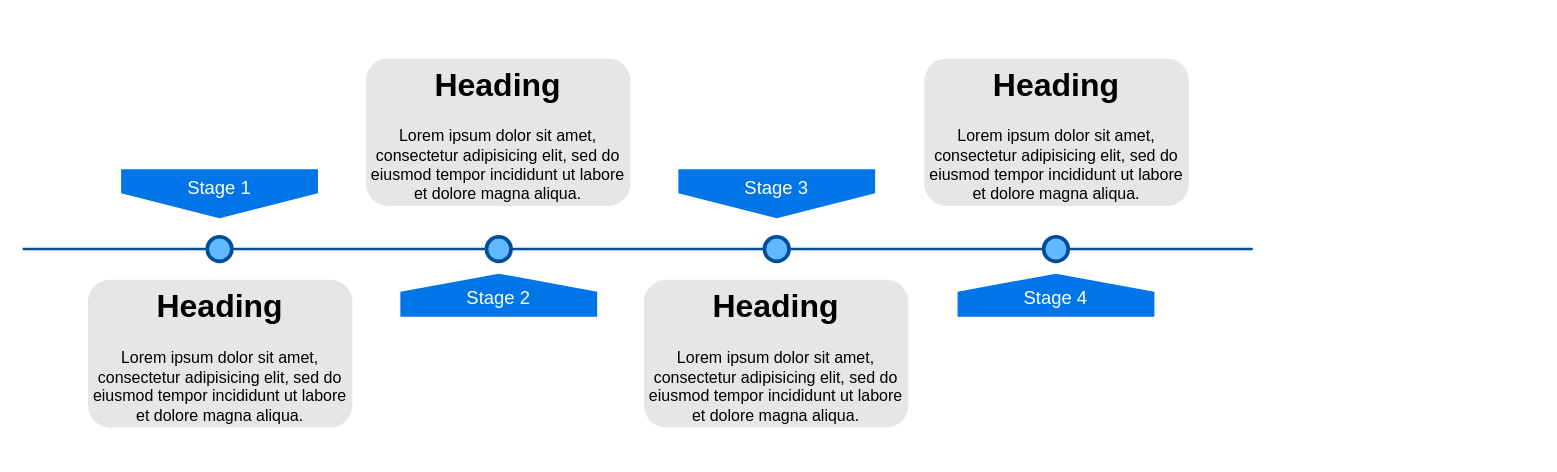
Before: Untitled Diagram.drawio in zjamy/temp, a draw.io diagram. Source tidied: cells renumbered, new cells numbered last; positions are measured from the earlier drawing's top-left corner, leaving out a move shared by most shapes. Both pictures are drawn from the tidied source at 123%, with x=0, y=0 at pixel (22, 58).
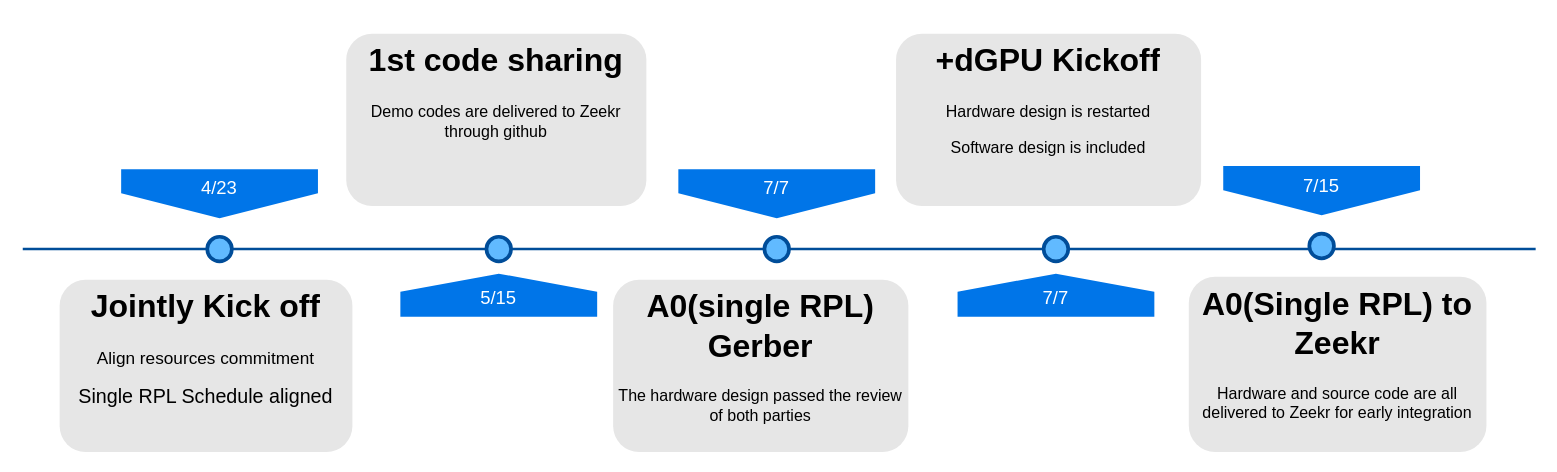
After the change.

What changed in the source:
```diff
@@
 <mxGraphModel>
   <root>
     <mxCell id="0" />
     <mxCell id="1" parent="0" />
     <mxCell id="2" style="line;strokeWidth=2;html=1;fillColor=none;fontSize=28;fontColor=#004D99;strokeColor=#004D99;" parent="1" vertex="1">
-      <mxGeometry y="150" width="1000" height="10" as="geometry" />
+      <mxGeometry y="150" width="1230" height="10" as="geometry" />
     </mxCell>
-    <mxCell id="3" value="Stage 1" style="shape=offPageConnector;whiteSpace=wrap;html=1;fillColor=#0075E8;fontSize=15;fontColor=#FFFFFF;size=0.5093750000000015;verticalAlign=top;strokeColor=none;" parent="1" vertex="1">
+    <mxCell id="3" value="4/23" style="shape=offPageConnector;whiteSpace=wrap;html=1;fillColor=#0075E8;fontSize=15;fontColor=#FFFFFF;size=0.5093750000000015;verticalAlign=top;strokeColor=none;" parent="1" vertex="1">
       <mxGeometry x="80" y="90" width="160" height="40" as="geometry" />
     </mxCell>
-    <mxCell id="4" value="&lt;span&gt;Stage 3&lt;/span&gt;" style="shape=offPageConnector;whiteSpace=wrap;html=1;fillColor=#0075E8;fontSize=15;fontColor=#FFFFFF;size=0.5093750000000015;verticalAlign=top;strokeColor=none;" parent="1" vertex="1">
+    <mxCell id="4" value="&lt;span&gt;7/7&lt;/span&gt;" style="shape=offPageConnector;whiteSpace=wrap;html=1;fillColor=#0075E8;fontSize=15;fontColor=#FFFFFF;size=0.5093750000000015;verticalAlign=top;strokeColor=none;" parent="1" vertex="1">
       <mxGeometry x="533" y="90" width="160" height="40" as="geometry" />
     </mxCell>
-    <mxCell id="5" value="&lt;span&gt;Stage 2&lt;/span&gt;" style="shape=offPageConnector;whiteSpace=wrap;html=1;fillColor=#0075E8;fontSize=15;fontColor=#FFFFFF;size=0.4178571428571445;flipV=1;verticalAlign=bottom;strokeColor=none;spacingBottom=4;" parent="1" vertex="1">
+    <mxCell id="5" value="&lt;span&gt;5/15&lt;/span&gt;" style="shape=offPageConnector;whiteSpace=wrap;html=1;fillColor=#0075E8;fontSize=15;fontColor=#FFFFFF;size=0.4178571428571445;flipV=1;verticalAlign=bottom;strokeColor=none;spacingBottom=4;" parent="1" vertex="1">
       <mxGeometry x="307" y="175" width="160" height="35" as="geometry" />
     </mxCell>
-    <mxCell id="6" value="&lt;span&gt;Stage 4&lt;/span&gt;" style="shape=offPageConnector;whiteSpace=wrap;html=1;fillColor=#0075E8;fontSize=15;fontColor=#FFFFFF;size=0.4178571428571445;flipV=1;verticalAlign=bottom;strokeColor=none;spacingBottom=4;" parent="1" vertex="1">
+    <mxCell id="6" value="&lt;span&gt;7/7&lt;/span&gt;" style="shape=offPageConnector;whiteSpace=wrap;html=1;fillColor=#0075E8;fontSize=15;fontColor=#FFFFFF;size=0.4178571428571445;flipV=1;verticalAlign=bottom;strokeColor=none;spacingBottom=4;" parent="1" vertex="1">
       <mxGeometry x="760" y="175" width="160" height="35" as="geometry" />
     </mxCell>
     <mxCell id="7" style="ellipse;whiteSpace=wrap;html=1;fillColor=#61BAFF;fontSize=28;fontColor=#004D99;strokeWidth=3;strokeColor=#004D99;" parent="1" vertex="1">
       <mxGeometry x="150" y="145" width="20" height="20" as="geometry" />
     </mxCell>
     <mxCell id="8" style="ellipse;whiteSpace=wrap;html=1;fillColor=#61BAFF;fontSize=28;fontColor=#004D99;strokeWidth=3;strokeColor=#004D99;" parent="1" vertex="1">
       <mxGeometry x="377" y="145" width="20" height="20" as="geometry" />
     </mxCell>
     <mxCell id="9" style="ellipse;whiteSpace=wrap;html=1;fillColor=#61BAFF;fontSize=28;fontColor=#004D99;strokeWidth=3;strokeColor=#004D99;" parent="1" vertex="1">
       <mxGeometry x="603" y="145" width="20" height="20" as="geometry" />
     </mxCell>
     <mxCell id="10" style="ellipse;whiteSpace=wrap;html=1;fillColor=#61BAFF;fontSize=28;fontColor=#004D99;strokeWidth=3;strokeColor=#004D99;" parent="1" vertex="1">
       <mxGeometry x="830" y="145" width="20" height="20" as="geometry" />
     </mxCell>
-    <mxCell id="11" value="&lt;h1&gt;Heading&lt;/h1&gt;&lt;p&gt;Lorem ipsum dolor sit amet, consectetur adipisicing elit, sed do eiusmod tempor incididunt ut labore et dolore magna aliqua.&lt;/p&gt;" style="text;html=1;spacing=5;spacingTop=-20;whiteSpace=wrap;overflow=hidden;strokeColor=none;strokeWidth=3;fillColor=#E6E6E6;fontSize=13;fontColor=#000000;align=center;rounded=1;" parent="1" vertex="1">
-      <mxGeometry x="53" y="180" width="215" height="120" as="geometry" />
+    <mxCell id="11" value="&lt;h1&gt;Jointly Kick off&lt;/h1&gt;&lt;p&gt;&lt;font style=&quot;font-size: 14px;&quot;&gt;Align resources commitment&lt;/font&gt;&lt;/p&gt;&lt;p&gt;&lt;font size=&quot;3&quot;&gt;Single RPL Schedule aligned&lt;/font&gt;&lt;/p&gt;" style="text;html=1;spacing=5;spacingTop=-20;whiteSpace=wrap;overflow=hidden;strokeColor=none;strokeWidth=3;fillColor=#E6E6E6;fontSize=13;fontColor=#000000;align=center;rounded=1;" parent="1" vertex="1">
+      <mxGeometry x="30" y="180" width="238" height="140" as="geometry" />
     </mxCell>
-    <mxCell id="12" value="&lt;h1&gt;Heading&lt;/h1&gt;&lt;p&gt;Lorem ipsum dolor sit amet, consectetur adipisicing elit, sed do eiusmod tempor incididunt ut labore et dolore magna aliqua.&lt;/p&gt;" style="text;html=1;spacing=5;spacingTop=-20;whiteSpace=wrap;overflow=hidden;strokeColor=none;strokeWidth=3;fillColor=#E6E6E6;fontSize=13;fontColor=#000000;align=center;rounded=1;" parent="1" vertex="1">
-      <mxGeometry x="279" width="215" height="120" as="geometry" />
+    <mxCell id="12" value="&lt;h1&gt;1st code sharing&lt;/h1&gt;&lt;p&gt;Demo codes are delivered to Zeekr through github&lt;/p&gt;" style="text;html=1;spacing=5;spacingTop=-20;whiteSpace=wrap;overflow=hidden;strokeColor=none;strokeWidth=3;fillColor=#E6E6E6;fontSize=13;fontColor=#000000;align=center;rounded=1;" parent="1" vertex="1">
+      <mxGeometry x="263" y="-20" width="244" height="140" as="geometry" />
     </mxCell>
-    <mxCell id="13" value="&lt;h1&gt;Heading&lt;/h1&gt;&lt;p&gt;Lorem ipsum dolor sit amet, consectetur adipisicing elit, sed do eiusmod tempor incididunt ut labore et dolore magna aliqua.&lt;/p&gt;" style="text;html=1;spacing=5;spacingTop=-20;whiteSpace=wrap;overflow=hidden;strokeColor=none;strokeWidth=3;fillColor=#E6E6E6;fontSize=13;fontColor=#000000;align=center;rounded=1;" parent="1" vertex="1">
-      <mxGeometry x="505" y="180" width="215" height="120" as="geometry" />
+    <mxCell id="13" value="&lt;h1&gt;A0(single RPL) Gerber&lt;/h1&gt;&lt;p&gt;The hardware design passed the review of both parties&lt;/p&gt;" style="text;html=1;spacing=5;spacingTop=-20;whiteSpace=wrap;overflow=hidden;strokeColor=none;strokeWidth=3;fillColor=#E6E6E6;fontSize=13;fontColor=#000000;align=center;rounded=1;" parent="1" vertex="1">
+      <mxGeometry x="480" y="180" width="240" height="140" as="geometry" />
     </mxCell>
-    <mxCell id="14" value="&lt;h1&gt;Heading&lt;/h1&gt;&lt;p&gt;Lorem ipsum dolor sit amet, consectetur adipisicing elit, sed do eiusmod tempor incididunt ut labore et dolore magna aliqua.&lt;/p&gt;" style="text;html=1;spacing=5;spacingTop=-20;whiteSpace=wrap;overflow=hidden;strokeColor=none;strokeWidth=3;fillColor=#E6E6E6;fontSize=13;fontColor=#000000;align=center;rounded=1;" parent="1" vertex="1">
-      <mxGeometry x="733" width="215" height="120" as="geometry" />
+    <mxCell id="14" value="&lt;h1&gt;+dGPU Kickoff&lt;/h1&gt;&lt;p&gt;Hardware design is restarted&lt;/p&gt;&lt;p&gt;Software design is included&lt;/p&gt;" style="text;html=1;spacing=5;spacingTop=-20;whiteSpace=wrap;overflow=hidden;strokeColor=none;strokeWidth=3;fillColor=#E6E6E6;fontSize=13;fontColor=#000000;align=center;rounded=1;" parent="1" vertex="1">
+      <mxGeometry x="710" y="-20" width="248" height="140" as="geometry" />
     </mxCell>
+    <mxCell id="15" value="&lt;span&gt;7/15&lt;/span&gt;" style="shape=offPageConnector;whiteSpace=wrap;html=1;fillColor=#0075E8;fontSize=15;fontColor=#FFFFFF;size=0.5093750000000015;verticalAlign=top;strokeColor=none;" parent="1" vertex="1">
+      <mxGeometry x="976" y="87.5" width="160" height="40" as="geometry" />
+    </mxCell>
+    <mxCell id="16" style="ellipse;whiteSpace=wrap;html=1;fillColor=#61BAFF;fontSize=28;fontColor=#004D99;strokeWidth=3;strokeColor=#004D99;" parent="1" vertex="1">
+      <mxGeometry x="1046" y="142.5" width="20" height="20" as="geometry" />
+    </mxCell>
+    <mxCell id="17" value="&lt;h1&gt;A0(Single RPL) to Zeekr&lt;/h1&gt;&lt;p&gt;Hardware and source code are all delivered to Zeekr for early integration&lt;/p&gt;" style="text;html=1;spacing=5;spacingTop=-20;whiteSpace=wrap;overflow=hidden;strokeColor=none;strokeWidth=3;fillColor=#E6E6E6;fontSize=13;fontColor=#000000;align=center;rounded=1;" parent="1" vertex="1">
+      <mxGeometry x="948" y="177.5" width="242" height="142.5" as="geometry" />
+    </mxCell>
   </root>
 </mxGraphModel>
```
